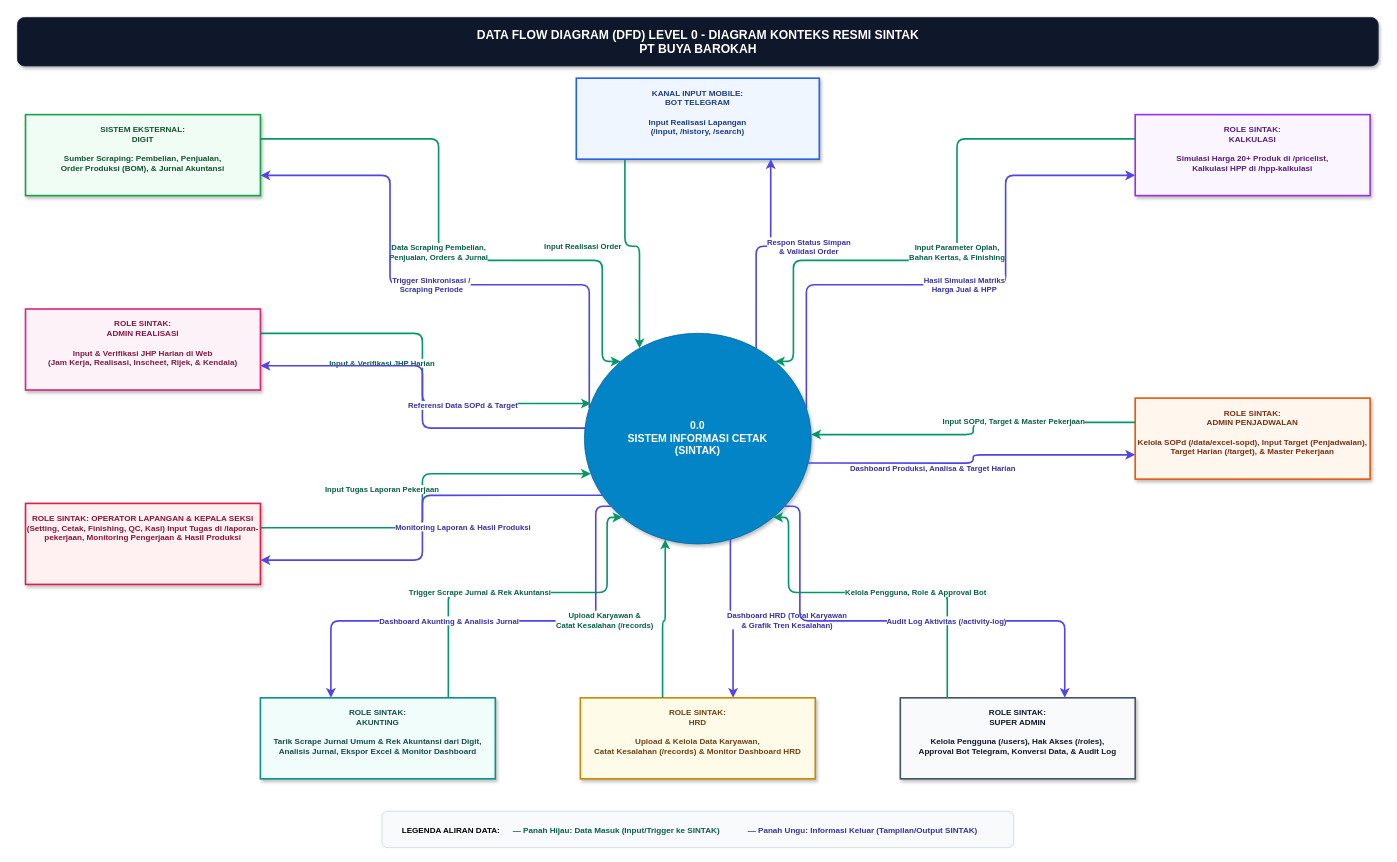
nauval131922-2/sintak_pt_buya_barokah keeps this draw.io diagram as page "DFD Level 0 - Diagram Konteks" (1 of 2) of sintak-dfd.drawio. Above is the earlier version. Source tidied: cells renumbered, new cells numbered last; positions are measured from the earlier drawing's top-left corner, leaving out a move shared by most shapes. Both pictures are drawn from the tidied source at 81%, with x=0, y=0 at pixel (17, 17).
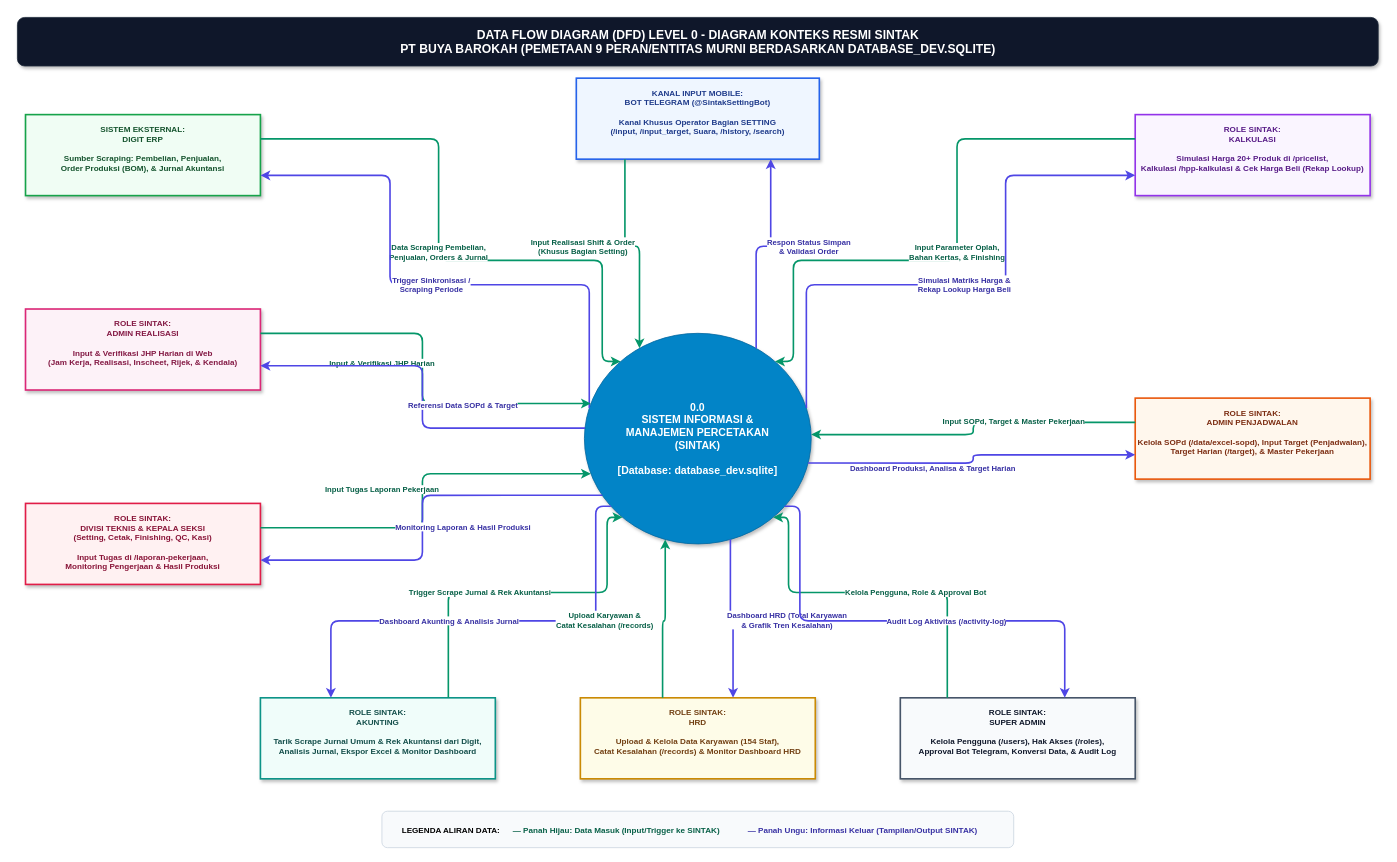
After the change.

Commit message (it also covers changes not shown here):
docs: pisahkan peran Akunting, HRD, dan Super Admin, perbaiki alur stok pembelian dan laporan pekerjaan, serta perjelas sync nama order di DFD Level 1

Diff of the diagram source:
```diff
@@
-    <mxCell id="3" value="DATA FLOW DIAGRAM (DFD) LEVEL 0 - DIAGRAM KONTEKS RESMI SINTAK&#10;PT BUYA BAROKAH" style="text;html=1;strokeColor=none;fillColor=none;align=center;verticalAlign=middle;fontSize=15;fontStyle=1;fontColor=#ffffff;" parent="1" vertex="1">
+    <mxCell id="3" value="DATA FLOW DIAGRAM (DFD) LEVEL 0 - DIAGRAM KONTEKS RESMI SINTAK&#10;PT BUYA BAROKAH (PEMETAAN 9 PERAN/ENTITAS MURNI BERDASARKAN DATABASE_DEV.SQLITE)" style="text;html=1;strokeColor=none;fillColor=none;align=center;verticalAlign=middle;fontSize=15;fontStyle=1;fontColor=#ffffff;" parent="1" vertex="1">
       <mxGeometry width="1680" height="60" as="geometry" />
     </mxCell>
-    <mxCell id="4" value="0.0&#10;SISTEM INFORMASI CETAK&#10;(SINTAK)" style="ellipse;whiteSpace=wrap;html=1;fillColor=#0284c7;strokeColor=#0369a1;fontColor=#ffffff;fontSize=13;fontStyle=1;align=center;verticalAlign=middle;shadow=1;spacing=8;" parent="1" vertex="1">
+    <mxCell id="4" value="0.0&#10;SISTEM INFORMASI &amp;&#10;MANAJEMEN PERCETAKAN&#10;(SINTAK)&#10;&#10;[Database: database_dev.sqlite]" style="ellipse;whiteSpace=wrap;html=1;fillColor=#0284c7;strokeColor=#0369a1;fontColor=#ffffff;fontSize=13;fontStyle=1;align=center;verticalAlign=middle;shadow=1;spacing=8;" parent="1" vertex="1">
       <mxGeometry x="700" y="390" width="280" height="260" as="geometry" />
     </mxCell>
-    <mxCell id="5" value="KANAL INPUT MOBILE:&#10;BOT TELEGRAM&#10;&#10;Input Realisasi Lapangan&#10;(/input, /history, /search)" style="rounded=0;whiteSpace=wrap;html=1;shadow=1;fontSize=10;fontStyle=1;align=center;verticalAlign=top;spacingTop=6;strokeWidth=2;fillColor=#eff6ff;strokeColor=#2563eb;fontColor=#1e3a8a;" parent="1" vertex="1">
+    <mxCell id="5" value="KANAL INPUT MOBILE:&#10;BOT TELEGRAM (@SintakSettingBot)&#10;&#10;Kanal Khusus Operator Bagian SETTING&#10;(/input, /input_target, Suara, /history, /search)" style="rounded=0;whiteSpace=wrap;html=1;shadow=1;fontSize=10;fontStyle=1;align=center;verticalAlign=top;spacingTop=6;strokeWidth=2;fillColor=#eff6ff;strokeColor=#2563eb;fontColor=#1e3a8a;" parent="1" vertex="1">
       <mxGeometry x="690" y="75" width="300" height="100" as="geometry" />
     </mxCell>
-    <mxCell id="6" value="SISTEM EKSTERNAL:&#10;DIGIT&#10;&#10;Sumber Scraping: Pembelian, Penjualan,&#10;Order Produksi (BOM), &amp; Jurnal Akuntansi" style="rounded=0;whiteSpace=wrap;html=1;shadow=1;fontSize=10;fontStyle=1;align=center;verticalAlign=top;spacingTop=6;strokeWidth=2;fillColor=#f0fdf4;strokeColor=#16a34a;fontColor=#14532d;" parent="1" vertex="1">
+    <mxCell id="6" value="SISTEM EKSTERNAL:&#10;DIGIT ERP&#10;&#10;Sumber Scraping: Pembelian, Penjualan,&#10;Order Produksi (BOM), &amp; Jurnal Akuntansi" style="rounded=0;whiteSpace=wrap;html=1;shadow=1;fontSize=10;fontStyle=1;align=center;verticalAlign=top;spacingTop=6;strokeWidth=2;fillColor=#f0fdf4;strokeColor=#16a34a;fontColor=#14532d;" parent="1" vertex="1">
       <mxGeometry x="10" y="120" width="290" height="100" as="geometry" />
     </mxCell>
@@
-    <mxCell id="8" value="ROLE SINTAK:&amp;#xa;OPERATOR LAPANGAN &amp;amp; KEPALA SEKSI&amp;#xa;(Setting, Cetak, Finishing, QC, Kasi)&amp;#xa;&amp;#xa;Input Tugas di /laporan-pekerjaan,&amp;#xa;Monitoring Pengerjaan &amp;amp; Hasil Produksi" style="rounded=0;whiteSpace=wrap;html=1;shadow=1;fontSize=10;fontStyle=1;align=center;verticalAlign=top;spacingTop=6;strokeWidth=2;fillColor=#fff1f2;strokeColor=#e11d48;fontColor=#881337;" parent="1" vertex="1">
+    <mxCell id="8" value="ROLE SINTAK:&#10;DIVISI TEKNIS &amp; KEPALA SEKSI&#10;(Setting, Cetak, Finishing, QC, Kasi)&#10;&#10;Input Tugas di /laporan-pekerjaan,&#10;Monitoring Pengerjaan &amp; Hasil Produksi" style="rounded=0;whiteSpace=wrap;html=1;shadow=1;fontSize=10;fontStyle=1;align=center;verticalAlign=top;spacingTop=6;strokeWidth=2;fillColor=#fff1f2;strokeColor=#e11d48;fontColor=#881337;" parent="1" vertex="1">
       <mxGeometry x="10" y="600" width="290" height="100" as="geometry" />
     </mxCell>
-    <mxCell id="9" value="ROLE SINTAK:&#10;KALKULASI&#10;&#10;Simulasi Harga 20+ Produk di /pricelist,&#10;Kalkulasi HPP di /hpp-kalkulasi" style="rounded=0;whiteSpace=wrap;html=1;shadow=1;fontSize=10;fontStyle=1;align=center;verticalAlign=top;spacingTop=6;strokeWidth=2;fillColor=#faf5ff;strokeColor=#9333ea;fontColor=#581c87;" parent="1" vertex="1">
+    <mxCell id="9" value="ROLE SINTAK:&#10;KALKULASI&#10;&#10;Simulasi Harga 20+ Produk di /pricelist,&#10;Kalkulasi /hpp-kalkulasi &amp; Cek Harga Beli (Rekap Lookup)" style="rounded=0;whiteSpace=wrap;html=1;shadow=1;fontSize=10;fontStyle=1;align=center;verticalAlign=top;spacingTop=6;strokeWidth=2;fillColor=#faf5ff;strokeColor=#9333ea;fontColor=#581c87;" parent="1" vertex="1">
       <mxGeometry x="1380" y="120" width="290" height="100" as="geometry" />
     </mxCell>
@@
-    <mxCell id="12" value="ROLE SINTAK:&#10;HRD&#10;&#10;Upload &amp; Kelola Data Karyawan,&#10;Catat Kesalahan (/records) &amp; Monitor Dashboard HRD" style="rounded=0;whiteSpace=wrap;html=1;shadow=1;fontSize=10;fontStyle=1;align=center;verticalAlign=top;spacingTop=6;strokeWidth=2;fillColor=#fefce8;strokeColor=#ca8a04;fontColor=#713f12;" parent="1" vertex="1">
+    <mxCell id="12" value="ROLE SINTAK:&#10;HRD&#10;&#10;Upload &amp; Kelola Data Karyawan (154 Staf),&#10;Catat Kesalahan (/records) &amp; Monitor Dashboard HRD" style="rounded=0;whiteSpace=wrap;html=1;shadow=1;fontSize=10;fontStyle=1;align=center;verticalAlign=top;spacingTop=6;strokeWidth=2;fillColor=#fefce8;strokeColor=#ca8a04;fontColor=#713f12;" parent="1" vertex="1">
       <mxGeometry x="695" y="840" width="290" height="100" as="geometry" />
     </mxCell>
@@
-    <mxCell id="14" value="Input Realisasi Order" style="edgeStyle=orthogonalEdgeStyle;rounded=1;jettySize=auto;html=1;strokeWidth=2;strokeColor=#059669;fontColor=#065f46;fontSize=9.5;fontStyle=1;labelBackgroundColor=#ffffff;exitX=0.2;exitY=1;entryX=0.2;entryY=0;align=center;" parent="1" edge="1" source="5" target="4">
+    <mxCell id="14" value="Input Realisasi Shift &amp; Order&#10;(Khusus Bagian Setting)" style="edgeStyle=orthogonalEdgeStyle;rounded=1;jettySize=auto;html=1;strokeWidth=2;strokeColor=#059669;fontColor=#065f46;fontSize=9.5;fontStyle=1;labelBackgroundColor=#ffffff;exitX=0.2;exitY=1;entryX=0.2;entryY=0;align=center;" parent="1" edge="1" source="5" target="4">
       <mxGeometry relative="1" as="geometry">
         <mxPoint x="-70" as="offset" />
       </mxGeometry>
     </mxCell>
@@
-    <mxCell id="23" value="Hasil Simulasi Matriks&#10;Harga Jual &amp; HPP" style="edgeStyle=orthogonalEdgeStyle;rounded=1;jettySize=auto;html=1;strokeWidth=2;strokeColor=#4f46e5;fontColor=#3730a3;fontSize=9.5;fontStyle=1;labelBackgroundColor=#ffffff;exitX=0.98;entryX=0;entryY=0.75;align=center;" parent="1" edge="1" source="4" target="9">
+    <mxCell id="23" value="Simulasi Matriks Harga &amp;&#10;Rekap Lookup Harga Beli" style="edgeStyle=orthogonalEdgeStyle;rounded=1;jettySize=auto;html=1;strokeWidth=2;strokeColor=#4f46e5;fontColor=#3730a3;fontSize=9.5;fontStyle=1;labelBackgroundColor=#ffffff;exitX=0.98;entryX=0;entryY=0.75;align=center;" parent="1" edge="1" source="4" target="9">
       <mxGeometry relative="1" as="geometry">
         <Array as="points">
           <mxPoint x="974" y="330" />
           <mxPoint x="1220" y="330" />
           <mxPoint x="1220" y="195" />
         </Array>
       </mxGeometry>
     </mxCell>
```
